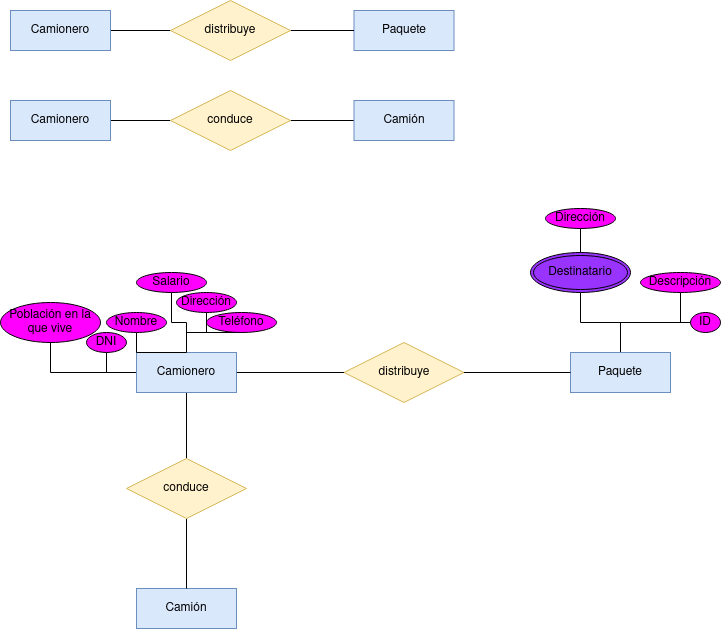
Above: Unidad-1/Tareas/Tarea-3/Diagrama Tarea 4.drawio.png in RafaelMayor/base-datos (draw.io), before the change. Source tidied: cells renumbered, new cells last; positions are measured from the earlier drawing's top-left corner, leaving out a move shared by most shapes.
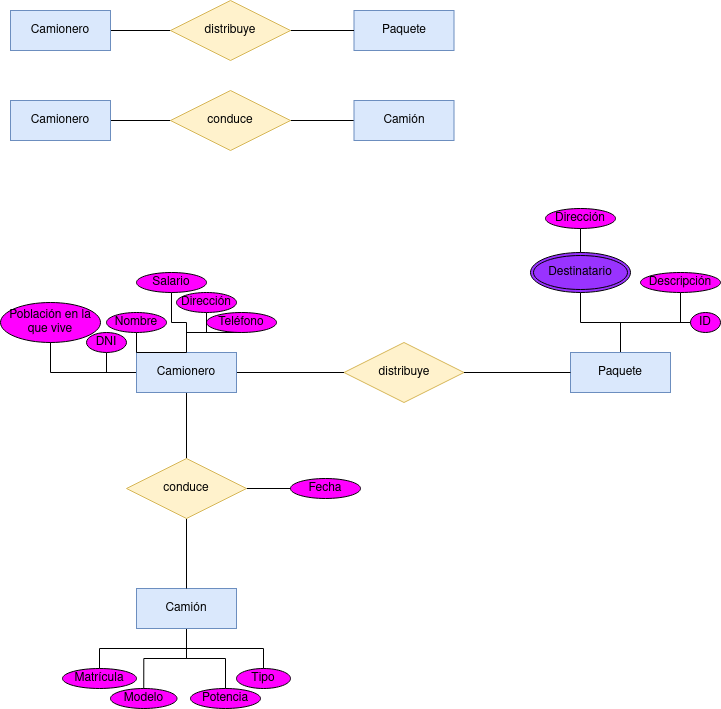
After the commit.

Change to the diagram source:
```diff
@@ -110,14 +110,44 @@
     <mxCell id="37" value="distribuye" style="shape=rhombus;perimeter=rhombusPerimeter;whiteSpace=wrap;html=1;align=center;fillColor=#fff2cc;strokeColor=#d6b656;" parent="1" vertex="1">
       <mxGeometry x="343.5" y="342" width="120" height="60" as="geometry" />
     </mxCell>
+    <mxCell id="41" style="edgeStyle=orthogonalEdgeStyle;rounded=0;jettySize=auto;html=1;entryX=0.5;entryY=0;entryDx=0;entryDy=0;endArrow=none;endFill=0;" parent="1" edge="1" source="38" target="47">
+      <mxGeometry relative="1" as="geometry" />
+    </mxCell>
+    <mxCell id="42" style="edgeStyle=orthogonalEdgeStyle;rounded=0;jettySize=auto;html=1;entryX=0.5;entryY=0;entryDx=0;entryDy=0;endArrow=none;endFill=0;" parent="1" edge="1" source="38" target="46">
+      <mxGeometry relative="1" as="geometry" />
+    </mxCell>
+    <mxCell id="43" style="edgeStyle=orthogonalEdgeStyle;rounded=0;jettySize=auto;html=1;endArrow=none;endFill=0;" parent="1" edge="1" source="38" target="49">
+      <mxGeometry relative="1" as="geometry" />
+    </mxCell>
+    <mxCell id="44" style="edgeStyle=orthogonalEdgeStyle;rounded=0;jettySize=auto;html=1;endArrow=none;endFill=0;" parent="1" edge="1" source="38" target="48">
+      <mxGeometry relative="1" as="geometry" />
+    </mxCell>
     <mxCell id="38" value="Camión" style="whiteSpace=wrap;html=1;align=center;fillColor=#dae8fc;strokeColor=#6c8ebf;" parent="1" vertex="1">
       <mxGeometry x="136" y="588" width="100" height="40" as="geometry" />
     </mxCell>
     <mxCell id="39" style="edgeStyle=orthogonalEdgeStyle;rounded=0;jettySize=auto;html=1;entryX=0.5;entryY=0;entryDx=0;entryDy=0;endArrow=none;endFill=0;" parent="1" edge="1" source="40" target="38">
       <mxGeometry relative="1" as="geometry" />
     </mxCell>
+    <mxCell id="45" style="edgeStyle=orthogonalEdgeStyle;rounded=0;jettySize=auto;html=1;entryX=0;entryY=0.5;entryDx=0;entryDy=0;endArrow=none;endFill=0;" parent="1" edge="1" source="40" target="50">
+      <mxGeometry relative="1" as="geometry" />
+    </mxCell>
     <mxCell id="40" value="conduce" style="shape=rhombus;perimeter=rhombusPerimeter;whiteSpace=wrap;html=1;align=center;fillColor=#fff2cc;strokeColor=#d6b656;" parent="1" vertex="1">
       <mxGeometry x="126" y="458" width="120" height="60" as="geometry" />
     </mxCell>
+    <mxCell id="46" value="Modelo" style="ellipse;whiteSpace=wrap;html=1;align=center;fillColor=#FF00FF;" parent="1" vertex="1">
+      <mxGeometry x="110" y="688" width="66.5" height="20" as="geometry" />
+    </mxCell>
+    <mxCell id="47" value="Matrícula" style="ellipse;whiteSpace=wrap;html=1;align=center;fillColor=#FF00FF;" parent="1" vertex="1">
+      <mxGeometry x="62" y="668" width="74" height="20" as="geometry" />
+    </mxCell>
+    <mxCell id="48" value="Tipo" style="ellipse;whiteSpace=wrap;html=1;align=center;fillColor=#FF00FF;" parent="1" vertex="1">
+      <mxGeometry x="236" y="668" width="54" height="20" as="geometry" />
+    </mxCell>
+    <mxCell id="49" value="Potencia" style="ellipse;whiteSpace=wrap;html=1;align=center;fillColor=#FF00FF;" parent="1" vertex="1">
+      <mxGeometry x="190" y="688" width="70" height="20" as="geometry" />
+    </mxCell>
+    <mxCell id="50" value="Fecha" style="ellipse;whiteSpace=wrap;html=1;align=center;fillColor=#FF00FF;" parent="1" vertex="1">
+      <mxGeometry x="290" y="478" width="70" height="20" as="geometry" />
+    </mxCell>
   </root>
 </mxGraphModel>
```
